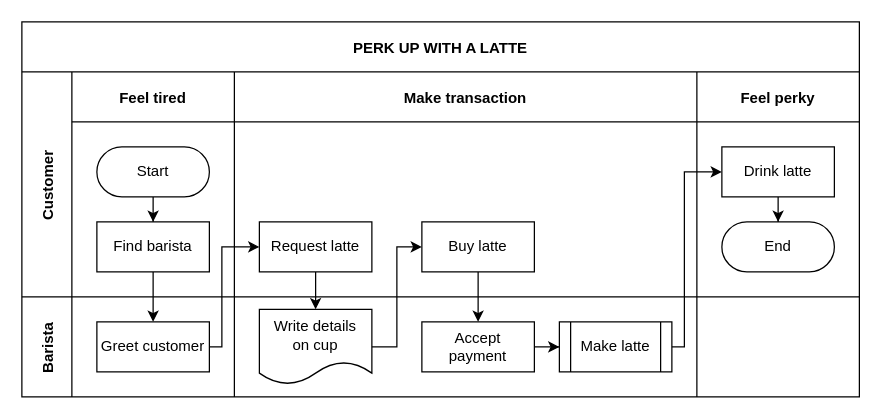
ArnandoFajar/Sensor_LDR keeps this draw.io diagram as Untitled Diagram.drawio. Above is the earlier version. Source tidied: cells renumbered, new cells numbered last; positions are measured from the earlier drawing's top-left corner, leaving out a move shared by most shapes. Both pictures are drawn from the tidied source at 125%, with x=0, y=0 at pixel (21, 21).
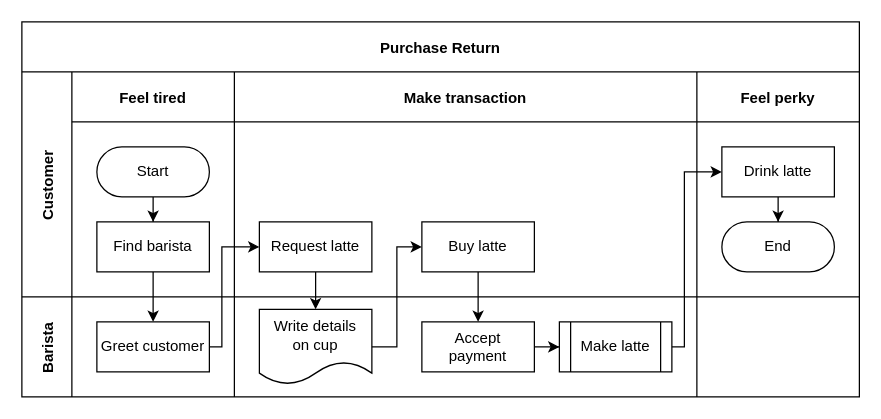
Above is the later version.

Commit message:
purchase return

What changed in the source:
```diff
@@
-    <mxCell id="2" value="PERK UP WITH A LATTE" style="shape=table;childLayout=tableLayout;startSize=40;fillColor=none;fontStyle=1;" parent="1" vertex="1">
+    <mxCell id="2" value="Purchase Return" style="shape=table;childLayout=tableLayout;startSize=40;fillColor=none;fontStyle=1;" parent="1" vertex="1">
       <mxGeometry width="670" height="300" as="geometry" />
     </mxCell>
```
